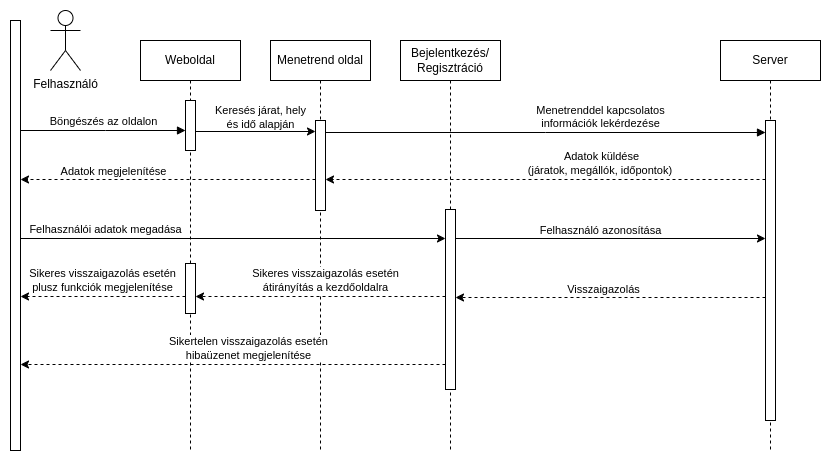
This is Sequence_Diagram.png from makoadampeter/vonatprojekt, a draw.io export, as it was before one commit. Source tidied: cells renumbered, new cells last; positions are measured from the earlier drawing's top-left corner, leaving out a move shared by most shapes.
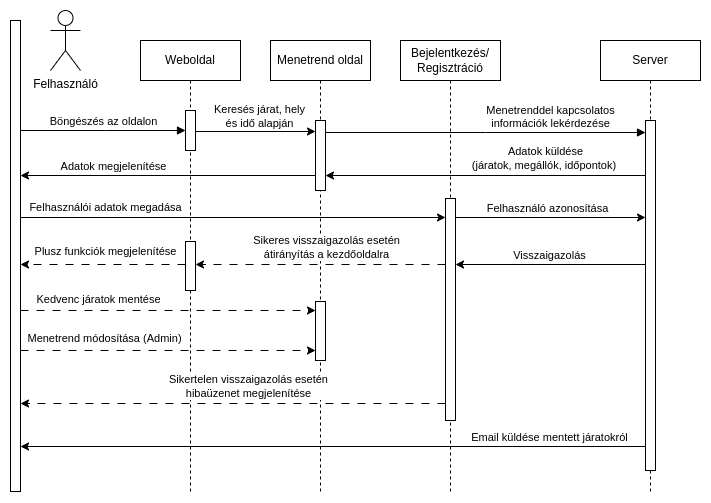
Above is the later version.

Commit message:
Sequence Diagram második verzió

Change to the diagram source:
```diff
@@ -3,22 +3,22 @@
     <mxCell id="0" />
     <mxCell id="1" parent="0" />
     <mxCell id="2" value="Weboldal" style="shape=umlLifeline;perimeter=lifelinePerimeter;whiteSpace=wrap;html=1;newEdgeStyle={&quot;edgeStyle&quot;:&quot;elbowEdgeStyle&quot;,&quot;elbow&quot;:&quot;vertical&quot;,&quot;curved&quot;:0,&quot;rounded&quot;:0};" parent="1" vertex="1">
-      <mxGeometry x="130" y="30" width="100" height="410" as="geometry" />
+      <mxGeometry x="130" y="30" width="100" height="451" as="geometry" />
     </mxCell>
     <mxCell id="3" style="html=1;points=[];perimeter=orthogonalPerimeter;outlineConnect=0;targetShapes=umlLifeline;portConstraint=eastwest;newEdgeStyle={&quot;edgeStyle&quot;:&quot;elbowEdgeStyle&quot;,&quot;elbow&quot;:&quot;vertical&quot;,&quot;curved&quot;:0,&quot;rounded&quot;:0};" parent="2" vertex="1">
-      <mxGeometry x="45" y="60" width="10" height="50" as="geometry" />
+      <mxGeometry x="45" y="70" width="10" height="40" as="geometry" />
     </mxCell>
     <mxCell id="4" style="html=1;perimeter=orthogonalPerimeter;targetShapes=umlLifeline;newEdgeStyle={&quot;edgeStyle&quot;:&quot;elbowEdgeStyle&quot;,&quot;elbow&quot;:&quot;vertical&quot;,&quot;curved&quot;:0,&quot;rounded&quot;:0};" parent="2" vertex="1">
-      <mxGeometry x="45" y="223" width="10" height="50" as="geometry" />
+      <mxGeometry x="45" y="201" width="10" height="49" as="geometry" />
     </mxCell>
     <mxCell id="5" value="Server" style="shape=umlLifeline;perimeter=lifelinePerimeter;whiteSpace=wrap;html=1;newEdgeStyle={&quot;edgeStyle&quot;:&quot;elbowEdgeStyle&quot;,&quot;elbow&quot;:&quot;vertical&quot;,&quot;curved&quot;:0,&quot;rounded&quot;:0};" parent="1" vertex="1">
-      <mxGeometry x="710" y="30" width="100" height="410" as="geometry" />
+      <mxGeometry x="590" y="30" width="100" height="451" as="geometry" />
     </mxCell>
     <mxCell id="6" style="html=1;points=[];perimeter=orthogonalPerimeter;outlineConnect=0;targetShapes=umlLifeline;portConstraint=eastwest;newEdgeStyle={&quot;edgeStyle&quot;:&quot;elbowEdgeStyle&quot;,&quot;elbow&quot;:&quot;vertical&quot;,&quot;curved&quot;:0,&quot;rounded&quot;:0};" parent="5" vertex="1">
-      <mxGeometry x="45" y="80" width="10" height="300" as="geometry" />
+      <mxGeometry x="45" y="80" width="10" height="350" as="geometry" />
     </mxCell>
     <mxCell id="7" value="Menetrenddel kapcsolatos&lt;br&gt;információk lekérdezése" style="html=1;verticalAlign=bottom;endArrow=block;edgeStyle=elbowEdgeStyle;elbow=vertical;curved=0;rounded=0;" parent="1" edge="1" target="6">
-      <mxGeometry x="0.25" relative="1" as="geometry">
+      <mxGeometry x="0.41" relative="1" as="geometry">
         <mxPoint x="315" y="122" as="sourcePoint" />
       </mxGeometry>
     </mxCell>
@@ -26,7 +26,7 @@
       <mxGeometry x="40" width="30" height="60" as="geometry" />
     </mxCell>
     <mxCell id="9" style="html=1;perimeter=orthogonalPerimeter;targetShapes=umlLifeline;newEdgeStyle={&quot;edgeStyle&quot;:&quot;elbowEdgeStyle&quot;,&quot;elbow&quot;:&quot;vertical&quot;,&quot;curved&quot;:0,&quot;rounded&quot;:0};" parent="1" vertex="1">
-      <mxGeometry y="10" width="10" height="430" as="geometry" />
+      <mxGeometry y="10" width="10" height="471" as="geometry" />
     </mxCell>
     <mxCell id="10" value="Böngészés az oldalon" style="html=1;verticalAlign=bottom;endArrow=block;edgeStyle=elbowEdgeStyle;elbow=vertical;curved=0;rounded=0;" parent="1" edge="1" target="3">
       <mxGeometry relative="1" as="geometry">
@@ -37,15 +37,18 @@
       </mxGeometry>
     </mxCell>
     <mxCell id="11" value="Menetrend oldal" style="shape=umlLifeline;perimeter=lifelinePerimeter;whiteSpace=wrap;html=1;newEdgeStyle={&quot;edgeStyle&quot;:&quot;elbowEdgeStyle&quot;,&quot;elbow&quot;:&quot;vertical&quot;,&quot;curved&quot;:0,&quot;rounded&quot;:0};" parent="1" vertex="1">
-      <mxGeometry x="260" y="30" width="100" height="410" as="geometry" />
+      <mxGeometry x="260" y="30" width="100" height="451" as="geometry" />
     </mxCell>
     <mxCell id="12" style="html=1;perimeter=orthogonalPerimeter;targetShapes=umlLifeline;newEdgeStyle={&quot;edgeStyle&quot;:&quot;elbowEdgeStyle&quot;,&quot;elbow&quot;:&quot;vertical&quot;,&quot;curved&quot;:0,&quot;rounded&quot;:0};" parent="11" vertex="1">
-      <mxGeometry x="45" y="80" width="10" height="90" as="geometry" />
+      <mxGeometry x="45" y="80" width="10" height="70" as="geometry" />
     </mxCell>
+    <mxCell id="33" style="html=1;perimeter=orthogonalPerimeter;targetShapes=umlLifeline;newEdgeStyle={&quot;edgeStyle&quot;:&quot;elbowEdgeStyle&quot;,&quot;elbow&quot;:&quot;vertical&quot;,&quot;curved&quot;:0,&quot;rounded&quot;:0};" parent="11" vertex="1">
+      <mxGeometry x="45" y="261" width="10" height="59" as="geometry" />
+    </mxCell>
-    <mxCell id="13" style="endArrow=classic;html=1;rounded=0;dashed=1;" parent="1" edge="1">
+    <mxCell id="13" style="endArrow=classic;html=1;rounded=0;" parent="1" edge="1">
       <mxGeometry relative="1" as="geometry">
-        <mxPoint x="305" y="169" as="sourcePoint" />
-        <mxPoint x="10" y="169" as="targetPoint" />
+        <mxPoint x="305" y="165" as="sourcePoint" />
+        <mxPoint x="10" y="165" as="targetPoint" />
       </mxGeometry>
     </mxCell>
     <mxCell id="14" value="Adatok megjelenítése" style="edgeLabel;html=1;align=center;verticalAlign=middle;" parent="13" vertex="1">
@@ -53,21 +56,21 @@
         <mxPoint x="-100" y="-11" as="offset" />
       </mxGeometry>
     </mxCell>
-    <mxCell id="15" style="endArrow=classic;html=1;rounded=0;dashed=1;" parent="1" edge="1" source="6">
+    <mxCell id="15" style="endArrow=classic;html=1;rounded=0;" parent="1" edge="1" source="6">
       <mxGeometry relative="1" as="geometry">
-        <mxPoint x="315" y="169" as="targetPoint" />
+        <mxPoint x="315" y="165" as="targetPoint" />
       </mxGeometry>
     </mxCell>
     <mxCell id="16" value="Adatok küldése&lt;br&gt;(járatok, megállók, időpontok)&amp;nbsp;" style="edgeLabel;html=1;align=center;verticalAlign=middle;" parent="15" vertex="1">
       <mxGeometry x="-0.17" y="2" relative="1" as="geometry">
-        <mxPoint x="17" y="-19" as="offset" />
+        <mxPoint x="32" y="-19" as="offset" />
       </mxGeometry>
     </mxCell>
     <mxCell id="17" value="Bejelentkezés/&lt;br&gt;Regisztráció" style="shape=umlLifeline;perimeter=lifelinePerimeter;whiteSpace=wrap;html=1;newEdgeStyle={&quot;edgeStyle&quot;:&quot;elbowEdgeStyle&quot;,&quot;elbow&quot;:&quot;vertical&quot;,&quot;curved&quot;:0,&quot;rounded&quot;:0};" parent="1" vertex="1">
-      <mxGeometry x="390" y="30" width="100" height="410" as="geometry" />
+      <mxGeometry x="390" y="30" width="100" height="451" as="geometry" />
     </mxCell>
     <mxCell id="18" style="html=1;perimeter=orthogonalPerimeter;targetShapes=umlLifeline;newEdgeStyle={&quot;edgeStyle&quot;:&quot;elbowEdgeStyle&quot;,&quot;elbow&quot;:&quot;vertical&quot;,&quot;curved&quot;:0,&quot;rounded&quot;:0};" parent="17" vertex="1">
-      <mxGeometry x="45" y="169" width="10" height="180" as="geometry" />
+      <mxGeometry x="45" y="158" width="10" height="222" as="geometry" />
     </mxCell>
     <mxCell id="19" style="endArrow=classic;html=1;rounded=0;" parent="1" edge="1">
       <mxGeometry relative="1" as="geometry">
@@ -82,8 +85,8 @@
     </mxCell>
     <mxCell id="21" style="endArrow=classic;html=1;rounded=0;" parent="1" edge="1">
       <mxGeometry relative="1" as="geometry">
-        <mxPoint x="10" y="228" as="sourcePoint" />
-        <mxPoint x="435" y="228" as="targetPoint" />
+        <mxPoint x="10" y="207" as="sourcePoint" />
+        <mxPoint x="435" y="207" as="targetPoint" />
       </mxGeometry>
     </mxCell>
     <mxCell id="22" value="Felhasználói adatok megadása" style="edgeLabel;html=1;align=center;verticalAlign=middle;" parent="21" vertex="1">
@@ -91,32 +94,31 @@
         <mxPoint x="-153" y="-12" as="offset" />
       </mxGeometry>
     </mxCell>
-    <mxCell id="23" style="endArrow=classic;html=1;rounded=0;" parent="1" edge="1">
+    <mxCell id="23" style="endArrow=classic;html=1;rounded=0;" parent="1" edge="1" target="6">
       <mxGeometry relative="1" as="geometry">
-        <mxPoint x="445" y="228" as="sourcePoint" />
-        <mxPoint x="755" y="228" as="targetPoint" />
+        <mxPoint x="445" y="207" as="sourcePoint" />
       </mxGeometry>
     </mxCell>
     <mxCell id="24" value="Felhasználó azonosítása" style="edgeLabel;html=1;align=center;verticalAlign=middle;" parent="23" vertex="1">
       <mxGeometry x="-0.07" relative="1" as="geometry">
-        <mxPoint y="-9" as="offset" />
+        <mxPoint x="3" y="-9" as="offset" />
       </mxGeometry>
     </mxCell>
-    <mxCell id="25" style="endArrow=classic;html=1;rounded=0;dashed=1;" parent="1" edge="1">
+    <mxCell id="25" style="endArrow=classic;html=1;rounded=0;" parent="1" edge="1">
       <mxGeometry relative="1" as="geometry">
-        <mxPoint x="755" y="287" as="sourcePoint" />
-        <mxPoint x="445" y="287" as="targetPoint" />
+        <mxPoint x="635" y="254" as="sourcePoint" />
+        <mxPoint x="445" y="254" as="targetPoint" />
       </mxGeometry>
     </mxCell>
     <mxCell id="26" value="Visszaigazolás" style="edgeLabel;html=1;align=center;verticalAlign=middle;" parent="25" vertex="1">
       <mxGeometry x="-0.06" y="-2" relative="1" as="geometry">
-        <mxPoint x="-17" y="-7" as="offset" />
+        <mxPoint x="-7" y="-7" as="offset" />
       </mxGeometry>
     </mxCell>
-    <mxCell id="27" style="endArrow=classic;html=1;rounded=0;dashed=1;" parent="1" edge="1">
+    <mxCell id="27" style="endArrow=classic;html=1;rounded=0;dashed=1;dashPattern=8 8;" parent="1" edge="1">
       <mxGeometry relative="1" as="geometry">
-        <mxPoint x="435" y="286" as="sourcePoint" />
-        <mxPoint x="185" y="286" as="targetPoint" />
+        <mxPoint x="435" y="254" as="sourcePoint" />
+        <mxPoint x="185" y="254" as="targetPoint" />
       </mxGeometry>
     </mxCell>
     <mxCell id="28" value="Sikeres visszaigazolás esetén&lt;br&gt;átirányítás a kezdőoldalra" style="edgeLabel;html=1;align=center;verticalAlign=middle;" parent="27" vertex="1">
@@ -124,21 +126,21 @@
         <mxPoint y="-17" as="offset" />
       </mxGeometry>
     </mxCell>
-    <mxCell id="29" style="endArrow=classic;html=1;rounded=0;dashed=1;" parent="1" edge="1">
+    <mxCell id="29" style="endArrow=classic;html=1;rounded=0;dashed=1;dashPattern=8 8;" parent="1" edge="1">
       <mxGeometry relative="1" as="geometry">
-        <mxPoint x="175" y="286" as="sourcePoint" />
-        <mxPoint x="10" y="286" as="targetPoint" />
+        <mxPoint x="175" y="254" as="sourcePoint" />
+        <mxPoint x="10" y="254" as="targetPoint" />
       </mxGeometry>
     </mxCell>
-    <mxCell id="30" value="Sikeres visszaigazolás esetén&lt;br&gt;plusz funkciók megjelenítése" style="edgeLabel;html=1;align=center;verticalAlign=middle;" parent="29" vertex="1">
+    <mxCell id="30" value="Plusz funkciók megjelenítése" style="edgeLabel;html=1;align=center;verticalAlign=middle;" parent="29" vertex="1">
       <mxGeometry x="-0.3" y="2" relative="1" as="geometry">
-        <mxPoint x="-26" y="-19" as="offset" />
+        <mxPoint x="-23" y="-15" as="offset" />
       </mxGeometry>
     </mxCell>
-    <mxCell id="31" style="endArrow=classic;html=1;rounded=0;dashed=1;" parent="1" edge="1">
+    <mxCell id="31" style="endArrow=classic;html=1;rounded=0;dashed=1;dashPattern=8 8;" parent="1" edge="1">
       <mxGeometry relative="1" as="geometry">
-        <mxPoint x="435" y="354" as="sourcePoint" />
-        <mxPoint x="10" y="354" as="targetPoint" />
+        <mxPoint x="435" y="393" as="sourcePoint" />
+        <mxPoint x="10" y="393" as="targetPoint" />
       </mxGeometry>
     </mxCell>
     <mxCell id="32" value="Sikertelen visszaigazolás esetén&lt;br&gt;hibaüzenet megjelenítése" style="edgeLabel;html=1;align=center;verticalAlign=middle;" parent="31" vertex="1">
@@ -146,5 +148,37 @@
         <mxPoint y="-20" as="offset" />
       </mxGeometry>
     </mxCell>
+    <mxCell id="34" style="endArrow=classic;html=1;rounded=0;dashed=1;dashPattern=8 8;" parent="1" edge="1">
+      <mxGeometry relative="1" as="geometry">
+        <mxPoint x="10" y="300" as="sourcePoint" />
+        <mxPoint x="305" y="300" as="targetPoint" />
+      </mxGeometry>
+    </mxCell>
+    <mxCell id="35" value="Kedvenc járatok mentése" style="edgeLabel;html=1;align=center;verticalAlign=middle;" parent="34" vertex="1">
+      <mxGeometry x="-0.07" relative="1" as="geometry">
+        <mxPoint x="-60" y="-11" as="offset" />
+      </mxGeometry>
+    </mxCell>
+    <mxCell id="36" style="endArrow=classic;html=1;rounded=0;dashed=1;dashPattern=8 8;" parent="1" edge="1">
+      <mxGeometry relative="1" as="geometry">
+        <mxPoint x="10" y="340" as="sourcePoint" />
+        <mxPoint x="305" y="340" as="targetPoint" />
+      </mxGeometry>
+    </mxCell>
+    <mxCell id="37" value="Menetrend módosítása (Admin)" style="edgeLabel;html=1;align=center;verticalAlign=middle;" parent="36" vertex="1">
+      <mxGeometry x="-0.07" relative="1" as="geometry">
+        <mxPoint x="-54" y="-12" as="offset" />
+      </mxGeometry>
+    </mxCell>
+    <mxCell id="38" style="endArrow=classic;html=1;rounded=0;" parent="1" edge="1" source="6">
+      <mxGeometry relative="1" as="geometry">
+        <mxPoint x="10" y="436" as="targetPoint" />
+      </mxGeometry>
+    </mxCell>
+    <mxCell id="39" value="Email küldése mentett járatokról" style="edgeLabel;html=1;align=center;verticalAlign=middle;" parent="38" vertex="1">
+      <mxGeometry x="-0.06" y="-2" relative="1" as="geometry">
+        <mxPoint x="197" y="-7" as="offset" />
+      </mxGeometry>
+    </mxCell>
   </root>
 </mxGraphModel>
```
